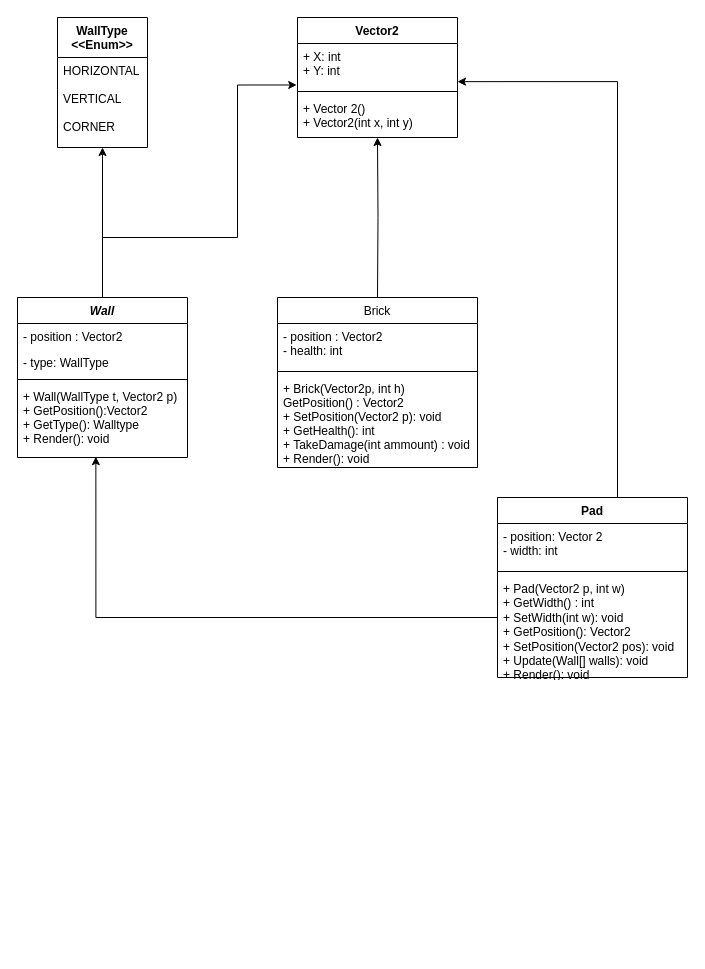
This is UML_Breakout (O).drawio from alejandroenti/M03UF4_Breakout_10, a draw.io file, before an edit. Source tidied: cells renumbered, new cells numbered last; positions are measured from the earlier drawing's top-left corner, leaving out a move shared by most shapes. Both pictures are drawn from the tidied source at 100%, with x=0, y=0 at pixel (17, 17).
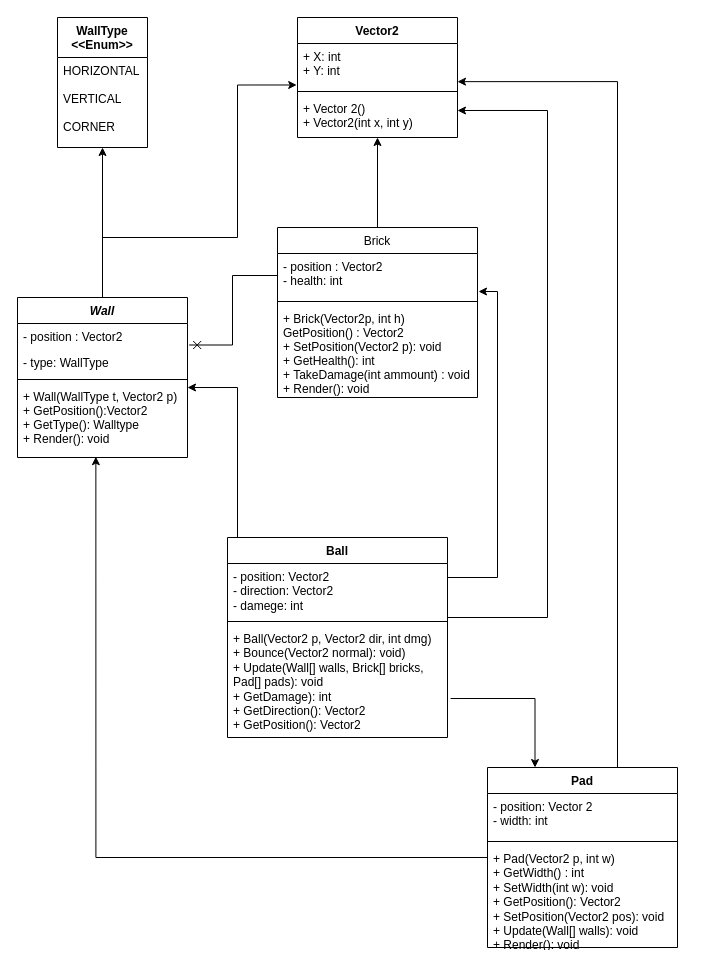
The same page after the edit.

The change refers to these unchanged cells:
```xml
<mxCell id="5" value="- position : Vector2" style="text;align=left;verticalAlign=top;spacingLeft=4;spacingRight=4;overflow=hidden;points=[[0,0.5],[1,0.5]];portConstraint=eastwest;" parent="4" vertex="1">
  <mxGeometry y="26" width="170" height="26" as="geometry" />
</mxCell>
<mxCell id="8" value="+ Wall(WallType t, Vector2 p)&#10;+ GetPosition():Vector2&#10;+ GetType(): Walltype&#10;+ Render(): void" style="text;align=left;verticalAlign=top;spacingLeft=4;spacingRight=4;overflow=hidden;points=[[0,0.5],[1,0.5]];portConstraint=eastwest;" parent="4" vertex="1">
  <mxGeometry y="86" width="170" height="74" as="geometry" />
</mxCell>
<mxCell id="12" value="+ Vector 2()&#10;+ Vector2(int x, int y)" style="text;align=left;verticalAlign=top;spacingLeft=4;spacingRight=4;overflow=hidden;points=[[0,0.5],[1,0.5]];portConstraint=eastwest;" parent="9" vertex="1">
  <mxGeometry y="78" width="160" height="42" as="geometry" />
</mxCell>
<mxCell id="17" value="- position : Vector2&#10;- health: int" style="text;align=left;verticalAlign=top;spacingLeft=4;spacingRight=4;overflow=hidden;points=[[0,0.5],[1,0.5]];portConstraint=eastwest;" parent="16" vertex="1">
  <mxGeometry y="26" width="200" height="44" as="geometry" />
</mxCell>
```

Diff of the diagram source:
```diff
@@
-    <mxCell id="15" style="edgeStyle=orthogonalEdgeStyle;rounded=0;jettySize=auto;html=1;entryX=0.5;entryY=1;entryDx=0;entryDy=0;entryPerimeter=0;" parent="1" edge="1" target="12">
-      <mxGeometry relative="1" as="geometry">
-        <mxPoint x="360" y="280" as="sourcePoint" />
-      </mxGeometry>
+    <mxCell id="15" style="edgeStyle=orthogonalEdgeStyle;rounded=0;jettySize=auto;html=1;entryX=0.5;entryY=1;entryDx=0;entryDy=0;entryPerimeter=0;exitX=0.5;exitY=0;exitDx=0;exitDy=0;" parent="1" edge="1" source="16" target="12">
+      <mxGeometry relative="1" as="geometry" />
     </mxCell>
     <mxCell id="16" value="Brick" style="swimlane;fontStyle=0;align=center;verticalAlign=top;horizontal=1;startSize=26;rounded=0;shadow=0;strokeWidth=1;" parent="1" vertex="1">
-      <mxGeometry x="260" y="280" width="200" height="170" as="geometry" />
+      <mxGeometry x="260" y="210" width="200" height="170" as="geometry" />
     </mxCell>
@@
     <mxCell id="21" style="edgeStyle=orthogonalEdgeStyle;rounded=0;jettySize=auto;html=1;entryX=0.461;entryY=0.989;entryDx=0;entryDy=0;entryPerimeter=0;" parent="1" edge="1" source="22" target="8">
       <mxGeometry relative="1" as="geometry">
         <Array as="points">
-          <mxPoint x="78" y="600" />
+          <mxPoint x="78" y="840" />
         </Array>
       </mxGeometry>
     </mxCell>
     <mxCell id="22" value="Pad" style="swimlane;fontStyle=1;align=center;verticalAlign=top;horizontal=1;startSize=26;whiteSpace=wrap;html=1;" parent="1" vertex="1">
-      <mxGeometry x="480" y="480" width="190" height="180" as="geometry" />
+      <mxGeometry x="470" y="750" width="190" height="180" as="geometry" />
     </mxCell>
@@
+    <mxCell id="26" style="edgeStyle=orthogonalEdgeStyle;rounded=0;jettySize=auto;html=1;entryX=1.01;entryY=0.827;entryDx=0;entryDy=0;entryPerimeter=0;endArrow=cross;endFill=0;" parent="1" edge="1" source="17" target="5">
+      <mxGeometry relative="1" as="geometry">
+        <Array as="points">
+          <mxPoint x="215" y="258" />
+          <mxPoint x="215" y="327" />
+        </Array>
+      </mxGeometry>
+    </mxCell>
+    <mxCell id="27" style="edgeStyle=orthogonalEdgeStyle;rounded=0;jettySize=auto;html=1;" parent="1" edge="1" source="29">
+      <mxGeometry relative="1" as="geometry">
+        <mxPoint x="170" y="370" as="targetPoint" />
+        <Array as="points">
+          <mxPoint x="220" y="370" />
+          <mxPoint x="170" y="370" />
+        </Array>
+      </mxGeometry>
+    </mxCell>
+    <mxCell id="28" style="edgeStyle=orthogonalEdgeStyle;rounded=0;jettySize=auto;html=1;entryX=1.005;entryY=0.864;entryDx=0;entryDy=0;entryPerimeter=0;" parent="1" edge="1" source="29" target="17">
+      <mxGeometry relative="1" as="geometry">
+        <Array as="points">
+          <mxPoint x="480" y="560" />
+          <mxPoint x="480" y="274" />
+        </Array>
+      </mxGeometry>
+    </mxCell>
+    <mxCell id="29" value="Ball" style="swimlane;fontStyle=1;align=center;verticalAlign=top;horizontal=1;startSize=26;whiteSpace=wrap;html=1;" parent="1" vertex="1">
+      <mxGeometry x="210" y="520" width="220" height="200" as="geometry" />
+    </mxCell>
+    <mxCell id="30" value="- position: Vector2&lt;br&gt;- direction: Vector2&lt;br&gt;- damege: int" style="text;strokeColor=none;fillColor=none;align=left;verticalAlign=top;spacingLeft=4;spacingRight=4;overflow=hidden;points=[[0,0.5],[1,0.5]];portConstraint=eastwest;whiteSpace=wrap;html=1;" parent="29" vertex="1">
+      <mxGeometry y="26" width="220" height="54" as="geometry" />
+    </mxCell>
+    <mxCell id="31" style="line;strokeWidth=1;fillColor=none;align=left;verticalAlign=middle;spacingTop=-1;spacingLeft=3;spacingRight=3;labelPosition=right;strokeColor=inherit;" parent="29" vertex="1">
+      <mxGeometry y="80" width="220" height="8" as="geometry" />
+    </mxCell>
+    <mxCell id="32" value="+ Ball(Vector2 p, Vector2 dir, int dmg)&lt;br&gt;+ Bounce(Vector2 normal): void)&amp;nbsp;&lt;br&gt;+ Update(Wall[] walls, Brick[] bricks, Pad[] pads): void&lt;br&gt;+ GetDamage): int&lt;br&gt;+ GetDirection(): Vector2&lt;br&gt;+ GetPosition(): Vector2" style="text;strokeColor=none;fillColor=none;align=left;verticalAlign=top;spacingLeft=4;spacingRight=4;overflow=hidden;points=[[0,0.5],[1,0.5]];portConstraint=eastwest;whiteSpace=wrap;html=1;" parent="29" vertex="1">
+      <mxGeometry y="88" width="220" height="112" as="geometry" />
+    </mxCell>
+    <mxCell id="33" style="edgeStyle=orthogonalEdgeStyle;rounded=0;jettySize=auto;html=1;entryX=0.25;entryY=0;entryDx=0;entryDy=0;exitX=1.014;exitY=0.652;exitDx=0;exitDy=0;exitPerimeter=0;" parent="1" edge="1" source="32" target="22">
+      <mxGeometry relative="1" as="geometry" />
+    </mxCell>
+    <mxCell id="34" style="edgeStyle=orthogonalEdgeStyle;rounded=0;jettySize=auto;html=1;entryX=1;entryY=0.357;entryDx=0;entryDy=0;entryPerimeter=0;" parent="1" edge="1" source="30" target="12">
+      <mxGeometry relative="1" as="geometry">
+        <Array as="points">
+          <mxPoint x="530" y="600" />
+          <mxPoint x="530" y="93" />
+        </Array>
+      </mxGeometry>
+    </mxCell>
```
